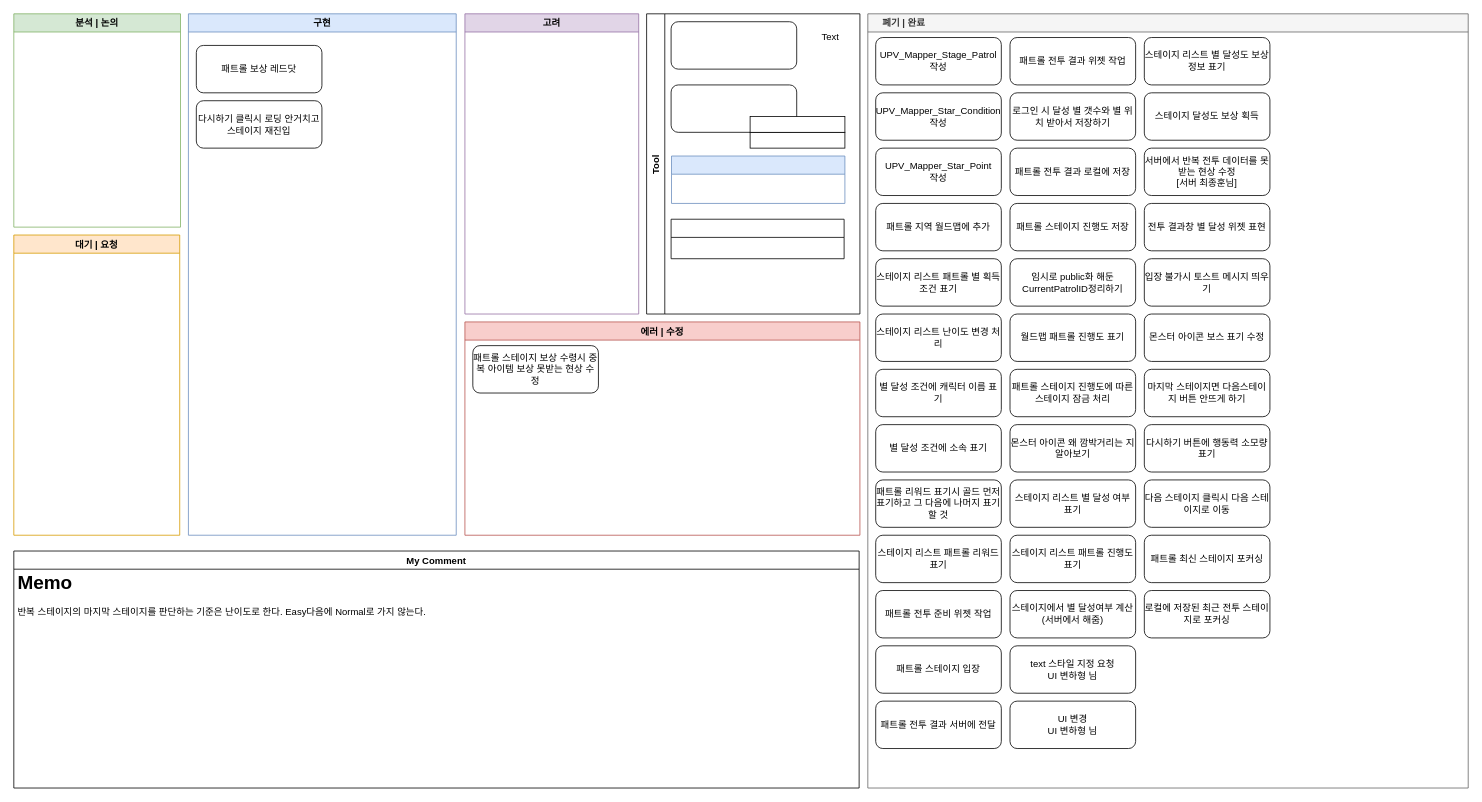
Endorr/Job-Board keeps this draw.io diagram as 반복 스테이지 진행상황.drawio. Above is the earlier version. Source tidied: cells renumbered, new cells numbered last; positions are measured from the earlier drawing's top-left corner, leaving out a move shared by most shapes. Both pictures are drawn from the tidied source at 79%, with x=0, y=0 at pixel (13, 13).
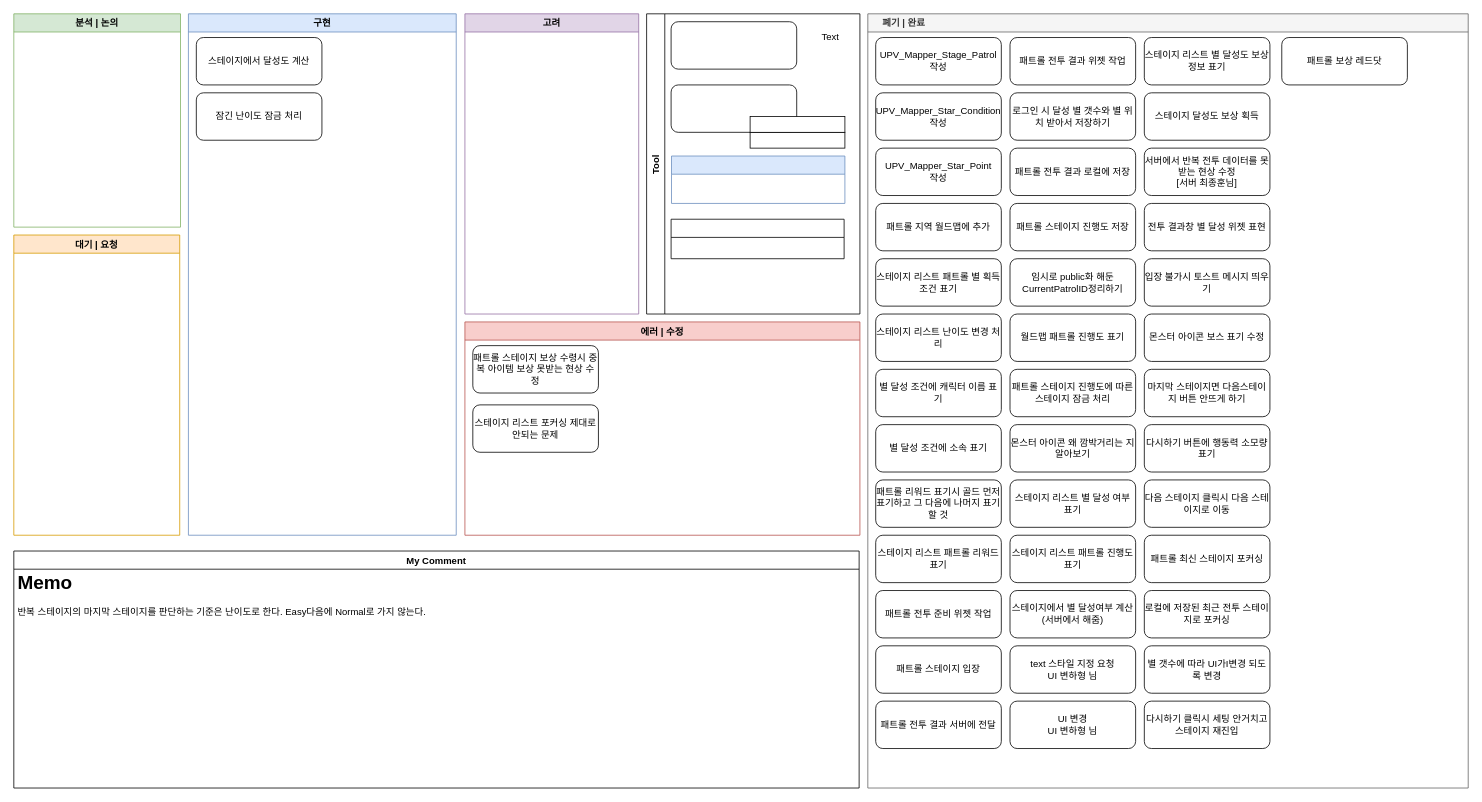
The same page after the edit.

Commit message:
Update 반복 스테이지 진행상황.drawio

Unchanged cells that the change refers to:
```xml
<mxCell id="2" value="구현" style="swimlane;fillColor=#dae8fc;strokeColor=#6c8ebf;" parent="1" vertex="1">
  <mxGeometry x="221" width="339" height="660" as="geometry" />
</mxCell>
<mxCell id="8" value="에러 | 수정" style="swimlane;fillColor=#f8cecc;strokeColor=#b85450;startSize=23;" parent="1" vertex="1">
  <mxGeometry x="571" y="390" width="500" height="270" as="geometry" />
</mxCell>
<mxCell id="10" value="     폐기 | 완료" style="swimlane;strokeColor=#666666;fillColor=#f5f5f5;fontColor=#333333;align=left;" parent="1" vertex="1">
  <mxGeometry x="1081" width="760" height="980" as="geometry" />
</mxCell>
```

What changed in the source:
```diff
@@
-    <mxCell id="3" value="패트롤 보상 레드닷" style="rounded=1;whiteSpace=wrap;html=1;" parent="2" vertex="1">
-      <mxGeometry x="10" y="40" width="159" height="60" as="geometry" />
-    </mxCell>
-    <mxCell id="4" value="다시하기 클릭시 로딩 안거치고 스테이지 재진입" style="rounded=1;whiteSpace=wrap;html=1;" parent="2" vertex="1">
-      <mxGeometry x="10" y="110" width="159" height="60" as="geometry" />
-    </mxCell>
+    <mxCell id="59" value="잠긴 난이도 잠금 처리" style="rounded=1;whiteSpace=wrap;html=1;" parent="2" vertex="1">
+      <mxGeometry x="10" y="100" width="159" height="60" as="geometry" />
+    </mxCell>
+    <mxCell id="60" value="스테이지에서 달성도 계산" style="rounded=1;whiteSpace=wrap;html=1;" parent="2" vertex="1">
+      <mxGeometry x="10" y="30" width="159" height="60" as="geometry" />
+    </mxCell>
@@
+    <mxCell id="61" value="스테이지 리스트 포커싱 제대로 안되는 문제" style="rounded=1;whiteSpace=wrap;html=1;" parent="8" vertex="1">
+      <mxGeometry x="10" y="105" width="159" height="60" as="geometry" />
+    </mxCell>
@@
+    <mxCell id="62" value="별 갯수에 따라 UI가I변경 되도록 변경" style="rounded=1;whiteSpace=wrap;html=1;" parent="10" vertex="1">
+      <mxGeometry x="350" y="800" width="159" height="60" as="geometry" />
+    </mxCell>
+    <mxCell id="4" value="다시하기 클릭시 세팅 안거치고 스테이지 재진입" style="rounded=1;whiteSpace=wrap;html=1;" parent="10" vertex="1">
+      <mxGeometry x="350" y="870" width="159" height="60" as="geometry" />
+    </mxCell>
+    <mxCell id="3" value="패트롤 보상 레드닷" style="rounded=1;whiteSpace=wrap;html=1;" parent="10" vertex="1">
+      <mxGeometry x="524" y="30" width="159" height="60" as="geometry" />
+    </mxCell>
```
